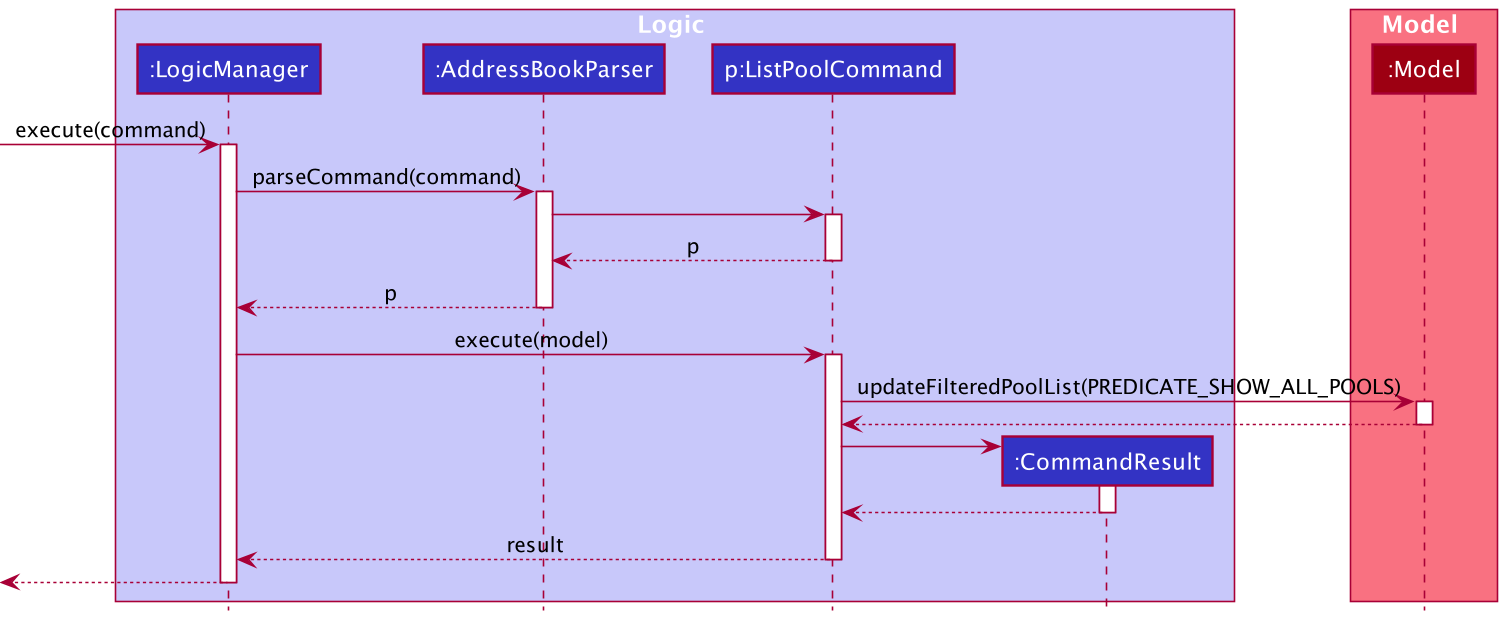
Before: docs/images/ListPoolSequenceDiagram.png, a diagram exported from PlantUML (nus-cs2103-AY2021S2/tp).
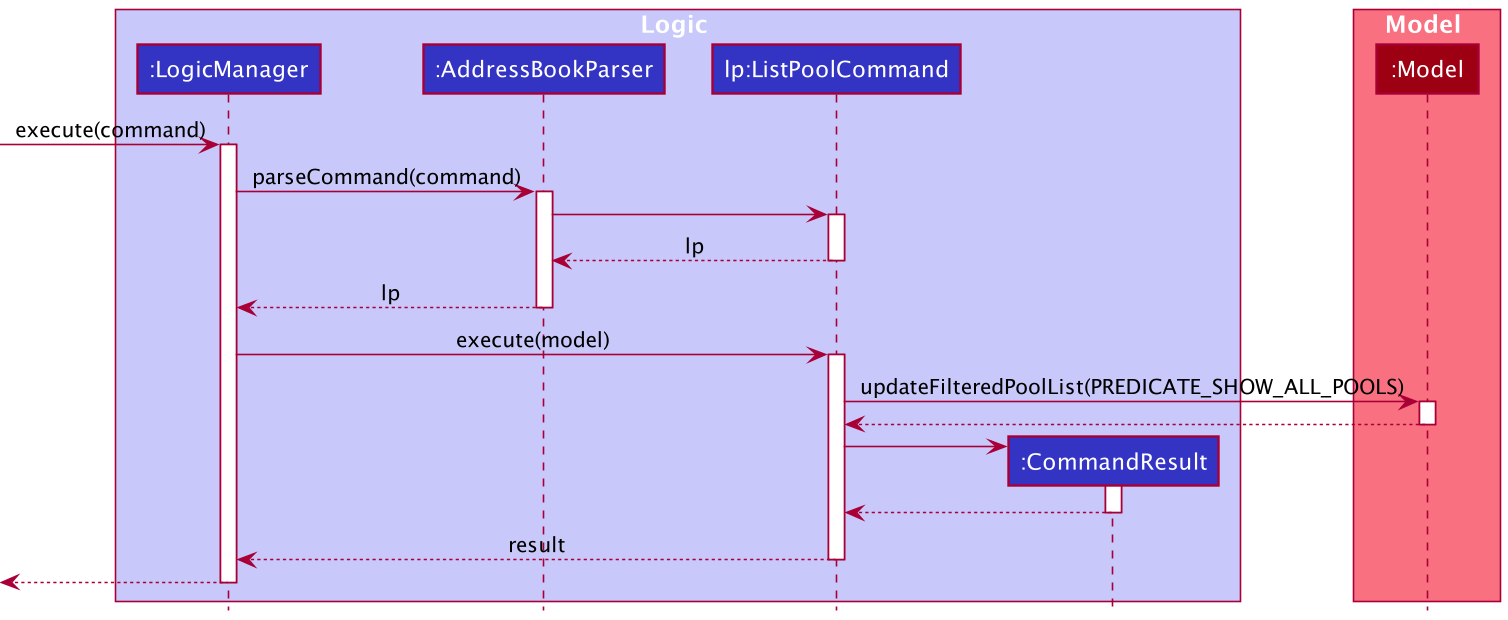
Above is the later version.

Commit message:
Update ListPoolCommand's instance name

What changed in the source:
```diff
@@ -4,7 +4,7 @@
 box Logic LOGIC_COLOR_T1
 participant ":LogicManager" as LogicManager LOGIC_COLOR
 participant ":AddressBookParser" as AddressBookParser LOGIC_COLOR
-participant "p:ListPoolCommand" as ListPoolCommand LOGIC_COLOR
+participant "lp:ListPoolCommand" as ListPoolCommand LOGIC_COLOR
 participant ":CommandResult" as CommandResult LOGIC_COLOR
 end box
 
@@ -21,10 +21,10 @@
 AddressBookParser -> ListPoolCommand
 activate ListPoolCommand
 
-ListPoolCommand --> AddressBookParser : p
+ListPoolCommand --> AddressBookParser : lp
 deactivate ListPoolCommand
 
-AddressBookParser --> LogicManager : p
+AddressBookParser --> LogicManager : lp
 deactivate AddressBookParser
 
 LogicManager -> ListPoolCommand : execute(model)
```
